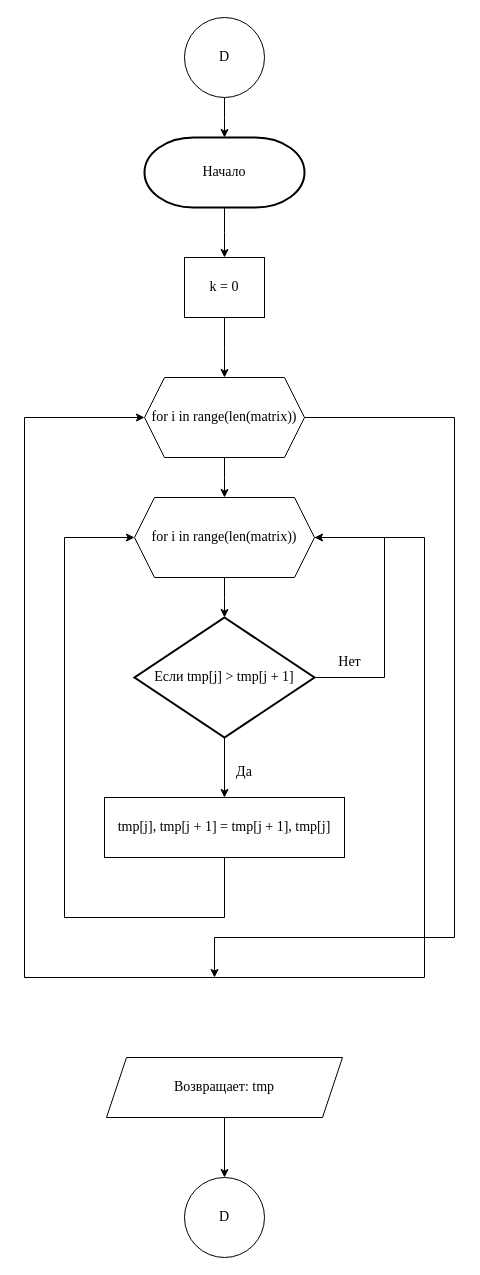
This is page "Страница 5" (5 of 6) of 1 курс/Информатика/Практические работы/12/Диаграмма без названия.drawio from Kirill010/RTU-MIREA, a draw.io file, before an edit. Source tidied: cells renumbered, new cells numbered last; positions are measured from the earlier drawing's top-left corner, leaving out a move shared by most shapes. Both pictures are drawn from the tidied source at 100%, with x=0, y=0 at pixel (24, 17).
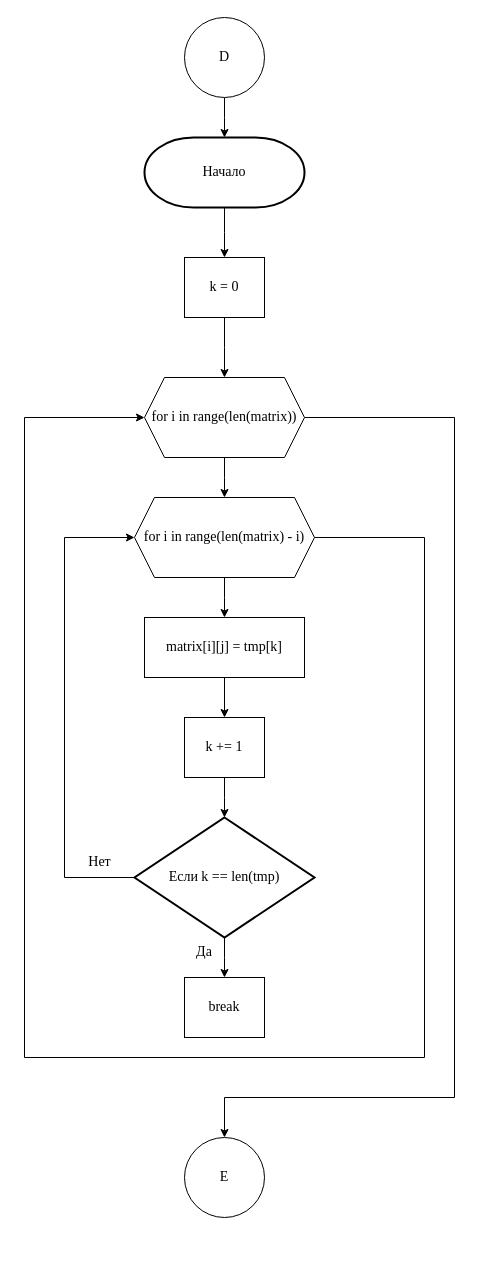
The same diagram, later.

The change refers to these unchanged cells:
```xml
<mxCell id="8" value="for i in range(len(matrix))" style="shape=hexagon;perimeter=hexagonPerimeter2;whiteSpace=wrap;html=1;fixedSize=1;fontFamily=Times New Roman;fontSize=14;" parent="1" vertex="1">
  <mxGeometry x="120" y="360" width="160" height="80" as="geometry" />
</mxCell>
```

What changed in the source:
```diff
@@
     <mxCell id="7" style="edgeStyle=orthogonalEdgeStyle;rounded=0;jettySize=auto;html=1;fontFamily=Times New Roman;fontSize=14;" parent="1" edge="1" source="8">
       <mxGeometry relative="1" as="geometry">
-        <mxPoint x="190" y="960" as="targetPoint" />
+        <mxPoint x="200" y="1120" as="targetPoint" />
         <Array as="points">
           <mxPoint x="430" y="400" />
-          <mxPoint x="430" y="920" />
-          <mxPoint x="190" y="920" />
+          <mxPoint x="430" y="1080" />
+          <mxPoint x="200" y="1080" />
         </Array>
       </mxGeometry>
     </mxCell>
@@
     <mxCell id="10" style="edgeStyle=orthogonalEdgeStyle;rounded=0;jettySize=auto;html=1;fontFamily=Times New Roman;fontSize=14;entryX=0;entryY=0.5;entryDx=0;entryDy=0;" parent="1" edge="1" source="11" target="8">
       <mxGeometry relative="1" as="geometry">
         <Array as="points">
           <mxPoint x="400" y="520" />
-          <mxPoint x="400" y="960" />
-          <mxPoint y="960" />
+          <mxPoint x="400" y="1040" />
+          <mxPoint y="1040" />
           <mxPoint y="400" />
         </Array>
       </mxGeometry>
     </mxCell>
-    <mxCell id="11" value="for i in range(len(matrix))" style="shape=hexagon;perimeter=hexagonPerimeter2;whiteSpace=wrap;html=1;fixedSize=1;fontFamily=Times New Roman;fontSize=14;" parent="1" vertex="1">
+    <mxCell id="11" value="for i in range(len(matrix) - i)" style="shape=hexagon;perimeter=hexagonPerimeter2;whiteSpace=wrap;html=1;fixedSize=1;fontFamily=Times New Roman;fontSize=14;" parent="1" vertex="1">
       <mxGeometry x="110" y="480" width="180" height="80" as="geometry" />
     </mxCell>
-    <mxCell id="12" value="D" style="ellipse;whiteSpace=wrap;html=1;fontFamily=Times New Roman;fontSize=14;" parent="1" vertex="1">
-      <mxGeometry x="160" y="1160" width="80" height="80" as="geometry" />
+    <mxCell id="12" value="E" style="ellipse;whiteSpace=wrap;html=1;fontFamily=Times New Roman;fontSize=14;" parent="1" vertex="1">
+      <mxGeometry x="160" y="1120" width="80" height="80" as="geometry" />
     </mxCell>
-    <mxCell id="13" style="edgeStyle=orthogonalEdgeStyle;rounded=0;jettySize=auto;html=1;fontFamily=Times New Roman;fontSize=14;entryX=0.5;entryY=0;entryDx=0;entryDy=0;" parent="1" edge="1" source="15" target="17">
-      <mxGeometry relative="1" as="geometry" />
+    <mxCell id="13" style="edgeStyle=orthogonalEdgeStyle;rounded=0;jettySize=auto;html=1;fontFamily=Times New Roman;fontSize=14;" parent="1" edge="1" source="15">
+      <mxGeometry relative="1" as="geometry">
+        <mxPoint x="200" y="960" as="targetPoint" />
+      </mxGeometry>
     </mxCell>
-    <mxCell id="14" style="edgeStyle=orthogonalEdgeStyle;rounded=0;jettySize=auto;html=1;fontFamily=Times New Roman;fontSize=14;entryX=1;entryY=0.5;entryDx=0;entryDy=0;" parent="1" edge="1" source="15" target="11">
+    <mxCell id="14" style="edgeStyle=orthogonalEdgeStyle;rounded=0;jettySize=auto;html=1;fontFamily=Times New Roman;fontSize=14;" parent="1" edge="1" source="15" target="11">
       <mxGeometry relative="1" as="geometry">
         <Array as="points">
-          <mxPoint x="360" y="660" />
-          <mxPoint x="360" y="520" />
+          <mxPoint x="40" y="860" />
+          <mxPoint x="40" y="520" />
         </Array>
       </mxGeometry>
     </mxCell>
-    <mxCell id="15" value="Если tmp[j] &amp;gt; tmp[j + 1]" style="strokeWidth=2;html=1;shape=mxgraph.flowchart.decision;whiteSpace=wrap;fontFamily=Times New Roman;fontSize=14;" parent="1" vertex="1">
-      <mxGeometry x="110" y="600" width="180" height="120" as="geometry" />
+    <mxCell id="15" value="Если k == len(tmp)" style="strokeWidth=2;html=1;shape=mxgraph.flowchart.decision;whiteSpace=wrap;fontFamily=Times New Roman;fontSize=14;" parent="1" vertex="1">
+      <mxGeometry x="110" y="800" width="180" height="120" as="geometry" />
     </mxCell>
-    <mxCell id="16" style="edgeStyle=orthogonalEdgeStyle;rounded=0;jettySize=auto;html=1;fontFamily=Times New Roman;fontSize=14;entryX=0;entryY=0.5;entryDx=0;entryDy=0;" parent="1" edge="1" source="17" target="11">
-      <mxGeometry relative="1" as="geometry">
-        <Array as="points">
-          <mxPoint x="200" y="900" />
-          <mxPoint x="40" y="900" />
-          <mxPoint x="40" y="520" />
-        </Array>
-      </mxGeometry>
-    </mxCell>
+    <mxCell id="24" style="edgeStyle=orthogonalEdgeStyle;rounded=0;jettySize=auto;html=1;fontFamily=Times New Roman;fontSize=14;" parent="1" edge="1" source="17" target="26">
+      <mxGeometry relative="1" as="geometry" />
+    </mxCell>
-    <mxCell id="17" value="&lt;font style=&quot;font-size: 14px;&quot; face=&quot;Times New Roman&quot;&gt;tmp[j], tmp[j + 1] = tmp[j + 1], tmp[j]&lt;br&gt;&lt;/font&gt;" style="rounded=0;whiteSpace=wrap;html=1;" parent="1" vertex="1">
-      <mxGeometry x="80" y="780" width="240" height="60" as="geometry" />
+    <mxCell id="17" value="&lt;font style=&quot;font-size: 14px;&quot; face=&quot;Times New Roman&quot;&gt;matrix[i][j] = tmp[k]&lt;br&gt;&lt;/font&gt;" style="rounded=0;whiteSpace=wrap;html=1;" parent="1" vertex="1">
+      <mxGeometry x="120" y="600" width="160" height="60" as="geometry" />
     </mxCell>
     <mxCell id="18" value="Да" style="text;html=1;strokeColor=none;fillColor=none;align=center;verticalAlign=middle;whiteSpace=wrap;rounded=0;fontFamily=Times New Roman;fontSize=14;" parent="1" vertex="1">
-      <mxGeometry x="190" y="740" width="60" height="30" as="geometry" />
+      <mxGeometry x="150" y="920" width="60" height="30" as="geometry" />
     </mxCell>
     <mxCell id="19" value="Нет" style="text;html=1;align=center;verticalAlign=middle;strokeColor=none;fillColor=none;fontSize=14;fontFamily=Times New Roman;" parent="1" vertex="1">
-      <mxGeometry x="300" y="630" width="50" height="30" as="geometry" />
+      <mxGeometry x="50" y="830" width="50" height="30" as="geometry" />
     </mxCell>
-    <mxCell id="20" style="edgeStyle=orthogonalEdgeStyle;rounded=0;jettySize=auto;html=1;entryX=0.5;entryY=0;entryDx=0;entryDy=0;fontFamily=Times New Roman;fontSize=14;" parent="1" edge="1" source="21" target="12">
-      <mxGeometry relative="1" as="geometry" />
-    </mxCell>
-    <mxCell id="21" value="Возвращает: tmp" style="shape=parallelogram;perimeter=parallelogramPerimeter;whiteSpace=wrap;html=1;fixedSize=1;fontFamily=Times New Roman;fontSize=14;" parent="1" vertex="1">
-      <mxGeometry x="82" y="1040" width="236" height="60" as="geometry" />
-    </mxCell>
@@
+    <mxCell id="25" style="edgeStyle=orthogonalEdgeStyle;rounded=0;jettySize=auto;html=1;fontFamily=Times New Roman;fontSize=14;" parent="1" edge="1" source="26">
+      <mxGeometry relative="1" as="geometry">
+        <mxPoint x="200" y="800" as="targetPoint" />
+      </mxGeometry>
+    </mxCell>
+    <mxCell id="26" value="&lt;font style=&quot;font-size: 14px;&quot; face=&quot;Times New Roman&quot;&gt;k += 1&lt;br&gt;&lt;/font&gt;" style="rounded=0;whiteSpace=wrap;html=1;fontFamily=Times New Roman;fontSize=14;" parent="1" vertex="1">
+      <mxGeometry x="160" y="700" width="80" height="60" as="geometry" />
+    </mxCell>
+    <mxCell id="27" value="&lt;font style=&quot;font-size: 14px;&quot; face=&quot;Times New Roman&quot;&gt;break&lt;br&gt;&lt;/font&gt;" style="rounded=0;whiteSpace=wrap;html=1;fontFamily=Times New Roman;fontSize=14;" parent="1" vertex="1">
+      <mxGeometry x="160" y="960" width="80" height="60" as="geometry" />
+    </mxCell>
```
